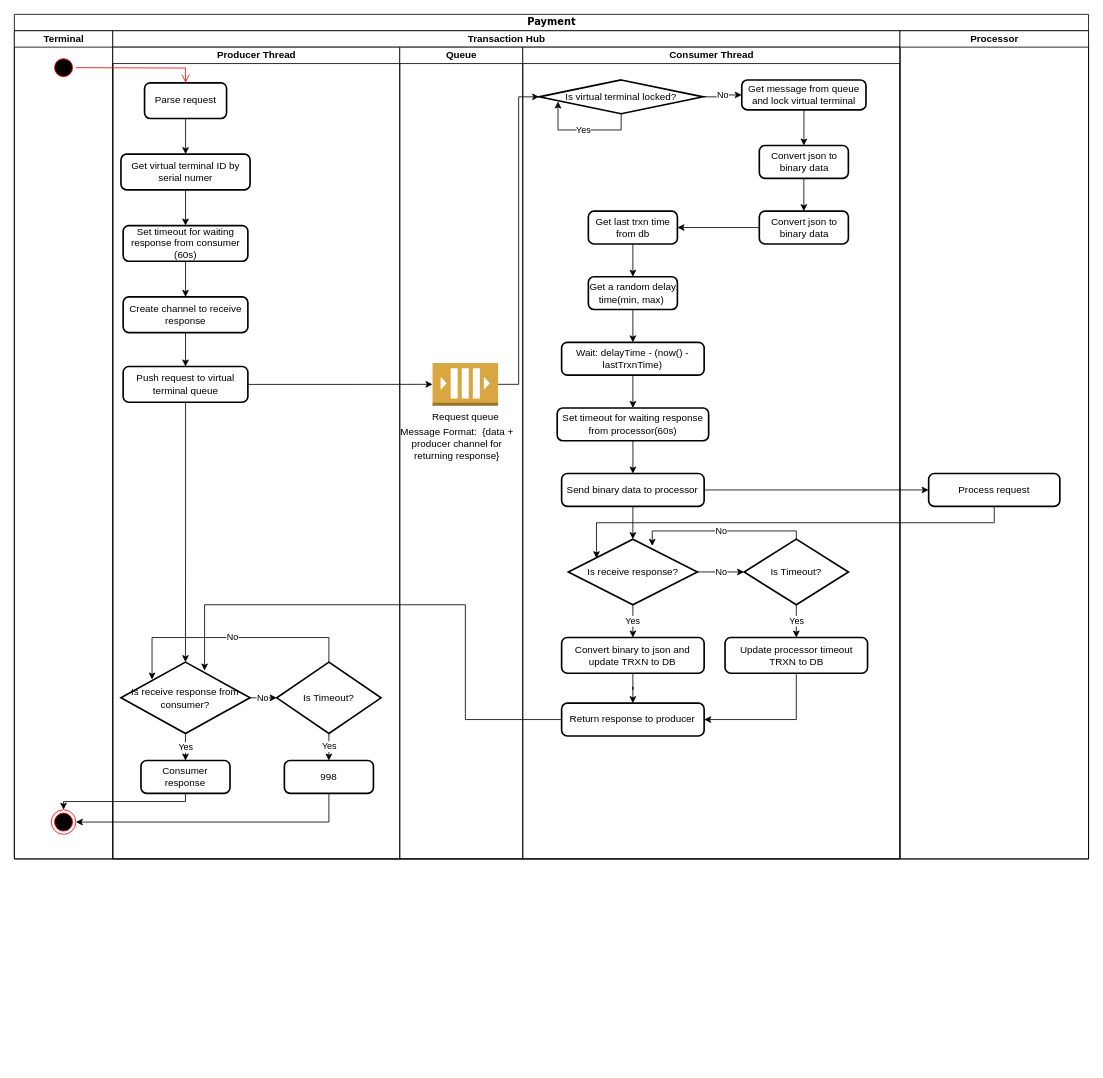
Earlier version of the draw.io diagram page "Payment" (2 of 5) of docs/diagram.drawio (SmileDragonfly/transaction-hub). Source tidied: cells renumbered, new cells numbered last; positions are measured from the earlier drawing's top-left corner, leaving out a move shared by most shapes. Both pictures are drawn from the tidied source at 82%, with x=0, y=0 at pixel (14, 14).
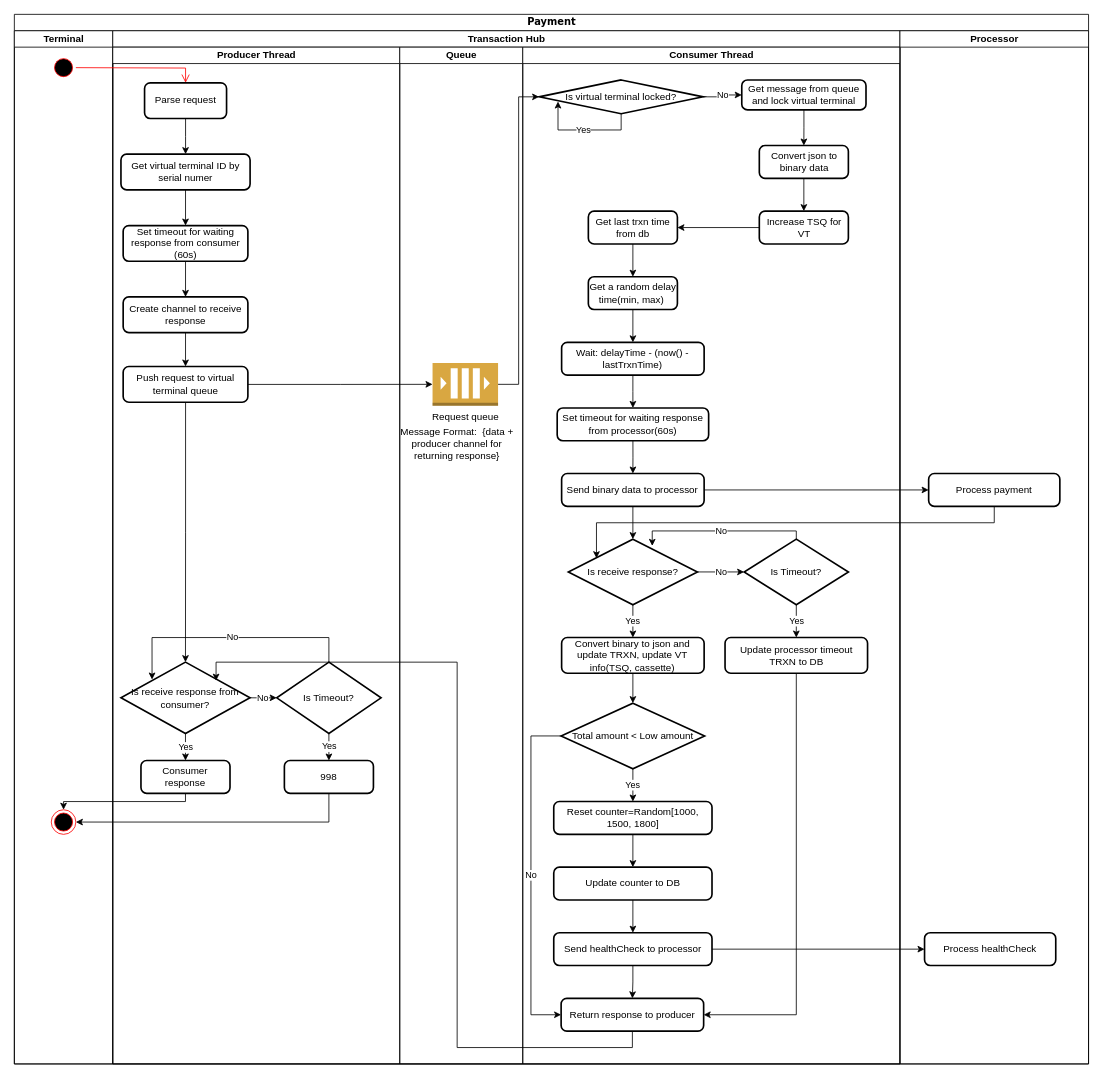
After the change.

The change refers to these unchanged cells:
```xml
<mxCell id="20" value="Is receive response from consumer?" style="strokeWidth=2;html=1;shape=mxgraph.flowchart.decision;whiteSpace=wrap;" parent="8" vertex="1">
  <mxGeometry x="10" y="750" width="157.4" height="87" as="geometry" />
</mxCell>
<mxCell id="28" value="Request queue" style="outlineConnect=0;dashed=0;verticalLabelPosition=bottom;verticalAlign=top;align=center;html=1;shape=mxgraph.aws3.queue;fillColor=#D9A741;gradientColor=none;" parent="27" vertex="1">
  <mxGeometry x="40" y="385.1" width="79.9" height="52.2" as="geometry" />
</mxCell>
<mxCell id="53" value="Update processor timeout TRXN to DB" style="rounded=1;whiteSpace=wrap;html=1;absoluteArcSize=1;arcSize=14;strokeWidth=2;" parent="30" vertex="1">
  <mxGeometry x="246.7" y="720" width="173.8" height="43.5" as="geometry" />
</mxCell>
<mxCell id="57" value="Is virtual terminal locked?" style="strokeWidth=2;html=1;shape=mxgraph.flowchart.decision;whiteSpace=wrap;" parent="30" vertex="1">
  <mxGeometry x="20" y="40" width="200" height="41.2" as="geometry" />
</mxCell>
```

What changed in the source:
```diff
@@
     <mxCell id="2" value="Payment" style="swimlane;html=1;startSize=20;rounded=0;shadow=0;comic=0;labelBackgroundColor=none;strokeWidth=1;fontFamily=Verdana;fontSize=12;align=center;swimlaneLine=1;arcSize=15;" parent="1" vertex="1">
-      <mxGeometry width="1310" height="1030" as="geometry" />
+      <mxGeometry width="1310" height="1280" as="geometry" />
     </mxCell>
     <mxCell id="3" value="Terminal" style="swimlane;html=1;startSize=20;" parent="2" vertex="1">
-      <mxGeometry y="20" width="120" height="1010" as="geometry" />
+      <mxGeometry y="20" width="120" height="1260" as="geometry" />
     </mxCell>
@@
     <mxCell id="6" value="Transaction Hub" style="swimlane;html=1;startSize=20;" parent="2" vertex="1">
-      <mxGeometry x="120" y="20" width="960" height="1010" as="geometry" />
+      <mxGeometry x="120" y="20" width="960" height="1260" as="geometry" />
     </mxCell>
     <mxCell id="7" style="group;" parent="6" vertex="1">
-      <mxGeometry y="20" width="960" height="990" as="geometry" />
+      <mxGeometry y="20" width="960" height="1240" as="geometry" />
     </mxCell>
     <mxCell id="8" value="Producer Thread" style="swimlane;html=1;startSize=20;" parent="7" vertex="1">
-      <mxGeometry width="350" height="990" as="geometry" />
+      <mxGeometry width="350" height="1240" as="geometry" />
     </mxCell>
@@
     <mxCell id="27" value="Queue" style="swimlane;html=1;startSize=20;" parent="7" vertex="1">
-      <mxGeometry x="350" width="150" height="990" as="geometry" />
+      <mxGeometry x="350" width="150" height="1240" as="geometry" />
     </mxCell>
@@
     <mxCell id="30" value="Consumer Thread" style="swimlane;html=1;startSize=20;" parent="7" vertex="1">
-      <mxGeometry x="500" width="460" height="990" as="geometry" />
+      <mxGeometry x="500" width="460" height="1240" as="geometry" />
     </mxCell>
@@
-    <mxCell id="34" value="Convert json to binary data" style="rounded=1;whiteSpace=wrap;html=1;absoluteArcSize=1;arcSize=14;strokeWidth=2;" parent="30" vertex="1">
+    <mxCell id="34" value="Increase TSQ for VT" style="rounded=1;whiteSpace=wrap;html=1;absoluteArcSize=1;arcSize=14;strokeWidth=2;" parent="30" vertex="1">
       <mxGeometry x="288.5" y="200" width="108.6" height="40" as="geometry" />
     </mxCell>
@@
-    <mxCell id="49" value="Return response to producer" style="rounded=1;whiteSpace=wrap;html=1;absoluteArcSize=1;arcSize=14;strokeWidth=2;" parent="30" vertex="1">
-      <mxGeometry x="47.4" y="800" width="173.8" height="40" as="geometry" />
-    </mxCell>
-    <mxCell id="50" style="edgeStyle=orthogonalEdgeStyle;rounded=0;jettySize=auto;html=1;exitX=0.5;exitY=1;exitDx=0;exitDy=0;" parent="30" edge="1" source="51" target="49">
-      <mxGeometry relative="1" as="geometry" />
+    <mxCell id="50" style="edgeStyle=orthogonalEdgeStyle;rounded=0;jettySize=auto;html=1;exitX=0.5;exitY=1;exitDx=0;exitDy=0;" parent="30" edge="1" source="51">
+      <mxGeometry relative="1" as="geometry">
+        <mxPoint x="134.3" y="800" as="targetPoint" />
+      </mxGeometry>
     </mxCell>
-    <mxCell id="51" value="Convert binary to json and update TRXN to DB" style="rounded=1;whiteSpace=wrap;html=1;absoluteArcSize=1;arcSize=14;strokeWidth=2;" parent="30" vertex="1">
+    <mxCell id="51" value="Convert binary to json and update TRXN, update VT info(TSQ, cassette)" style="rounded=1;whiteSpace=wrap;html=1;absoluteArcSize=1;arcSize=14;strokeWidth=2;" parent="30" vertex="1">
       <mxGeometry x="47.4" y="720" width="173.8" height="43.5" as="geometry" />
     </mxCell>
     <mxCell id="52" style="edgeStyle=orthogonalEdgeStyle;rounded=0;jettySize=auto;html=1;entryX=1;entryY=0.5;entryDx=0;entryDy=0;" parent="30" edge="1" source="53" target="49">
       <mxGeometry relative="1" as="geometry">
         <Array as="points">
-          <mxPoint x="334" y="820" />
+          <mxPoint x="334" y="1180" />
         </Array>
       </mxGeometry>
     </mxCell>
@@
+    <mxCell id="71" value="Yes" style="edgeStyle=orthogonalEdgeStyle;rounded=0;jettySize=auto;html=1;exitX=0.5;exitY=1;exitDx=0;exitDy=0;exitPerimeter=0;entryX=0.5;entryY=0;entryDx=0;entryDy=0;" parent="30" edge="1" source="73" target="75">
+      <mxGeometry relative="1" as="geometry" />
+    </mxCell>
+    <mxCell id="72" value="No" style="edgeStyle=orthogonalEdgeStyle;rounded=0;jettySize=auto;html=1;exitX=0;exitY=0.5;exitDx=0;exitDy=0;exitPerimeter=0;entryX=0;entryY=0.5;entryDx=0;entryDy=0;" parent="30" edge="1" source="73" target="49">
+      <mxGeometry relative="1" as="geometry">
+        <Array as="points">
+          <mxPoint x="10" y="840" />
+          <mxPoint x="10" y="1180" />
+        </Array>
+      </mxGeometry>
+    </mxCell>
+    <mxCell id="73" value="Total amount &amp;lt; Low amount" style="strokeWidth=2;html=1;shape=mxgraph.flowchart.decision;whiteSpace=wrap;" parent="30" vertex="1">
+      <mxGeometry x="46.8" y="800" width="175" height="80" as="geometry" />
+    </mxCell>
+    <mxCell id="74" style="edgeStyle=orthogonalEdgeStyle;rounded=0;jettySize=auto;html=1;exitX=0.5;exitY=1;exitDx=0;exitDy=0;" parent="30" edge="1" source="75" target="79">
+      <mxGeometry relative="1" as="geometry" />
+    </mxCell>
+    <mxCell id="75" value="Reset counter=Random[1000, 1500, 1800]" style="rounded=1;whiteSpace=wrap;html=1;absoluteArcSize=1;arcSize=14;strokeWidth=2;" parent="30" vertex="1">
+      <mxGeometry x="37.8" y="920" width="193" height="40" as="geometry" />
+    </mxCell>
+    <mxCell id="76" style="edgeStyle=orthogonalEdgeStyle;rounded=0;jettySize=auto;html=1;exitX=0.5;exitY=1;exitDx=0;exitDy=0;entryX=0.5;entryY=0;entryDx=0;entryDy=0;" parent="30" edge="1" source="77" target="49">
+      <mxGeometry relative="1" as="geometry" />
+    </mxCell>
+    <mxCell id="77" value="Send healthCheck to processor" style="rounded=1;whiteSpace=wrap;html=1;absoluteArcSize=1;arcSize=14;strokeWidth=2;" parent="30" vertex="1">
+      <mxGeometry x="37.8" y="1080" width="193" height="40" as="geometry" />
+    </mxCell>
+    <mxCell id="78" style="edgeStyle=orthogonalEdgeStyle;rounded=0;jettySize=auto;html=1;exitX=0.5;exitY=1;exitDx=0;exitDy=0;entryX=0.5;entryY=0;entryDx=0;entryDy=0;" parent="30" edge="1" source="79" target="77">
+      <mxGeometry relative="1" as="geometry" />
+    </mxCell>
+    <mxCell id="79" value="Update counter to DB" style="rounded=1;whiteSpace=wrap;html=1;absoluteArcSize=1;arcSize=14;strokeWidth=2;" parent="30" vertex="1">
+      <mxGeometry x="37.8" y="1000" width="193" height="40" as="geometry" />
+    </mxCell>
+    <mxCell id="49" value="Return response to producer" style="rounded=1;whiteSpace=wrap;html=1;absoluteArcSize=1;arcSize=14;strokeWidth=2;" parent="30" vertex="1">
+      <mxGeometry x="46.8" y="1160" width="173.8" height="40" as="geometry" />
+    </mxCell>
@@
+    <mxCell id="63" style="edgeStyle=orthogonalEdgeStyle;rounded=0;jettySize=auto;html=1;entryX=0;entryY=0.5;entryDx=0;entryDy=0;entryPerimeter=0;" parent="7" edge="1" source="28" target="57">
+      <mxGeometry relative="1" as="geometry" />
+    </mxCell>
-    <mxCell id="62" style="edgeStyle=orthogonalEdgeStyle;rounded=0;jettySize=auto;html=1;exitX=0;exitY=0.5;exitDx=0;exitDy=0;entryX=0.648;entryY=0.118;entryDx=0;entryDy=0;entryPerimeter=0;" parent="7" edge="1" source="49" target="20">
+    <mxCell id="62" style="edgeStyle=orthogonalEdgeStyle;rounded=0;jettySize=auto;html=1;entryX=0.737;entryY=0.26;entryDx=0;entryDy=0;entryPerimeter=0;" parent="7" edge="1" source="49" target="20">
       <mxGeometry relative="1" as="geometry">
         <Array as="points">
-          <mxPoint x="430" y="820" />
-          <mxPoint x="430" y="680" />
-          <mxPoint x="112" y="680" />
+          <mxPoint x="634" y="1220" />
+          <mxPoint x="420" y="1220" />
+          <mxPoint x="420" y="750" />
+          <mxPoint x="126" y="750" />
         </Array>
       </mxGeometry>
     </mxCell>
-    <mxCell id="63" style="edgeStyle=orthogonalEdgeStyle;rounded=0;jettySize=auto;html=1;entryX=0;entryY=0.5;entryDx=0;entryDy=0;entryPerimeter=0;" parent="7" edge="1" source="28" target="57">
-      <mxGeometry relative="1" as="geometry" />
-    </mxCell>
     <mxCell id="64" value="Processor" style="swimlane;html=1;startSize=20;" parent="2" vertex="1">
-      <mxGeometry x="1080" y="20" width="230" height="1010" as="geometry" />
+      <mxGeometry x="1080" y="20" width="230" height="1260" as="geometry" />
     </mxCell>
-    <mxCell id="65" value="Process request" style="rounded=1;whiteSpace=wrap;html=1;absoluteArcSize=1;arcSize=14;strokeWidth=2;" parent="64" vertex="1">
+    <mxCell id="65" value="Process payment" style="rounded=1;whiteSpace=wrap;html=1;absoluteArcSize=1;arcSize=14;strokeWidth=2;" parent="64" vertex="1">
       <mxGeometry x="35" y="540" width="160" height="40" as="geometry" />
     </mxCell>
+    <mxCell id="80" value="Process healthCheck" style="rounded=1;whiteSpace=wrap;html=1;absoluteArcSize=1;arcSize=14;strokeWidth=2;" parent="64" vertex="1">
+      <mxGeometry x="30" y="1100" width="160" height="40" as="geometry" />
+    </mxCell>
@@
+    <mxCell id="81" style="edgeStyle=orthogonalEdgeStyle;rounded=0;jettySize=auto;html=1;" parent="2" edge="1" source="77" target="80">
+      <mxGeometry relative="1" as="geometry" />
+    </mxCell>
```
